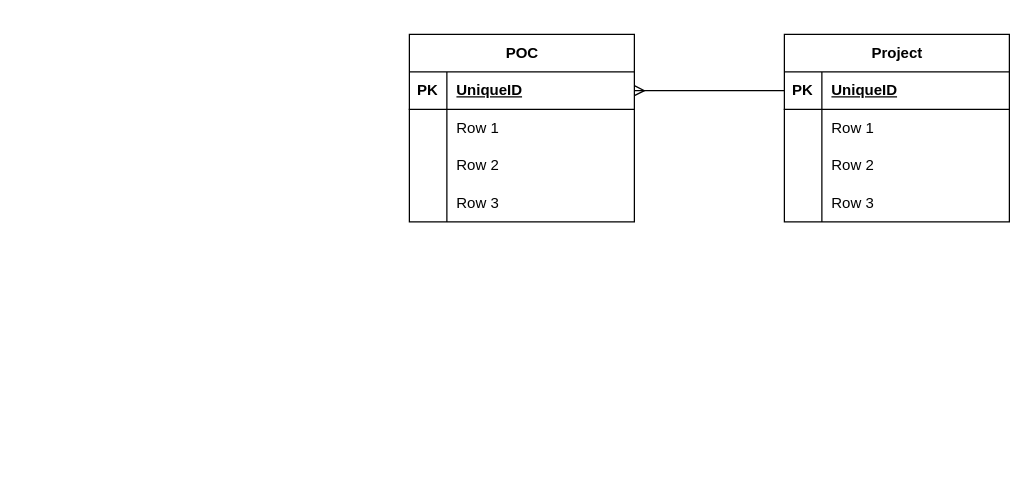
Before: erd-projint-01.drawio in josjreyes/GitInit, a draw.io diagram. Source tidied: cells renumbered, new cells numbered last; positions are measured from the earlier drawing's top-left corner, leaving out a move shared by most shapes. Both pictures are drawn from the tidied source at 125%, with x=0, y=0 at pixel (409, 34).
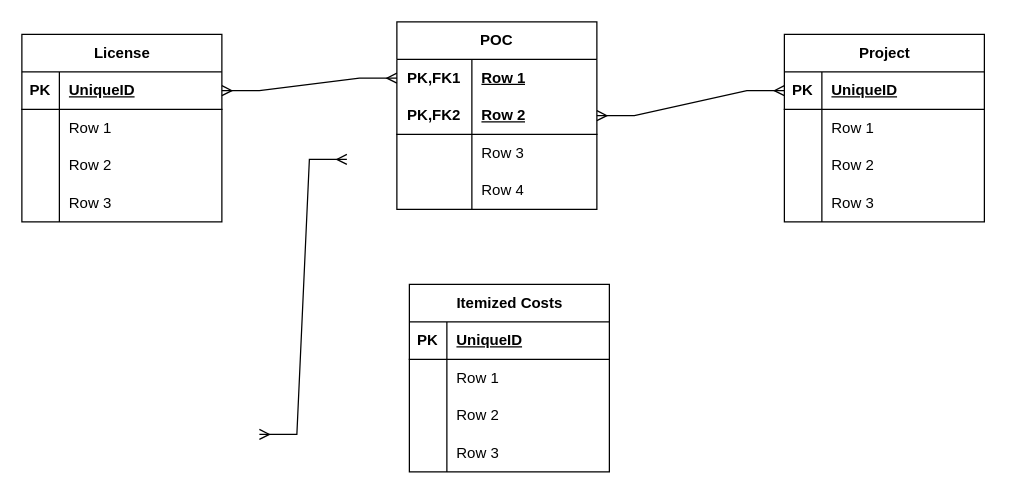
The same page after the edit.

What changed in the source:
```diff
@@
-    <mxCell id="2" value="POC" style="shape=table;startSize=30;childLayout=tableLayout;rowLines=0;fontStyle=1;align=center;html=1;" parent="1" vertex="1">
-      <mxGeometry width="180" height="150" as="geometry" />
-    </mxCell>
-    <mxCell id="3" style="shape=tableRow;horizontal=0;startSize=0;swimlaneHead=0;swimlaneBody=0;fillColor=none;points=[[0,0.5],[1,0.5]];portConstraint=eastwest;top=0;left=0;right=0;bottom=1;" parent="2" vertex="1">
-      <mxGeometry y="30" width="180" height="30" as="geometry" />
-    </mxCell>
-    <mxCell id="4" value="PK" style="shape=partialRectangle;fillColor=none;top=0;left=0;bottom=0;right=0;fontStyle=1;overflow=hidden;whiteSpace=wrap;html=1;" parent="3" vertex="1">
-      <mxGeometry width="30" height="30" as="geometry" />
-    </mxCell>
-    <mxCell id="5" value="UniqueID" style="shape=partialRectangle;fillColor=none;top=0;left=0;bottom=0;right=0;align=left;spacingLeft=6;fontStyle=5;overflow=hidden;whiteSpace=wrap;html=1;" parent="3" vertex="1">
-      <mxGeometry x="30" width="150" height="30" as="geometry" />
-    </mxCell>
-    <mxCell id="6" style="shape=tableRow;horizontal=0;startSize=0;swimlaneHead=0;swimlaneBody=0;fillColor=none;top=0;left=0;right=0;bottom=0;" parent="2" vertex="1">
-      <mxGeometry y="60" width="180" height="30" as="geometry" />
-    </mxCell>
-    <mxCell id="7" style="shape=partialRectangle;fillColor=none;top=0;left=0;bottom=0;right=0;overflow=hidden;whiteSpace=wrap;html=1;" parent="6" vertex="1">
-      <mxGeometry width="30" height="30" as="geometry" />
-    </mxCell>
-    <mxCell id="8" value="Row 1" style="shape=partialRectangle;fillColor=none;top=0;left=0;bottom=0;right=0;align=left;spacingLeft=6;overflow=hidden;whiteSpace=wrap;html=1;" parent="6" vertex="1">
-      <mxGeometry x="30" width="150" height="30" as="geometry" />
-    </mxCell>
-    <mxCell id="9" style="shape=tableRow;horizontal=0;startSize=0;swimlaneHead=0;swimlaneBody=0;fillColor=none;top=0;left=0;right=0;bottom=0;" parent="2" vertex="1">
-      <mxGeometry y="90" width="180" height="30" as="geometry" />
-    </mxCell>
-    <mxCell id="10" style="shape=partialRectangle;fillColor=none;top=0;left=0;bottom=0;right=0;overflow=hidden;whiteSpace=wrap;html=1;" parent="9" vertex="1">
-      <mxGeometry width="30" height="30" as="geometry" />
-    </mxCell>
-    <mxCell id="11" value="Row 2" style="shape=partialRectangle;fillColor=none;top=0;left=0;bottom=0;right=0;align=left;spacingLeft=6;overflow=hidden;whiteSpace=wrap;html=1;" parent="9" vertex="1">
-      <mxGeometry x="30" width="150" height="30" as="geometry" />
-    </mxCell>
-    <mxCell id="12" style="shape=tableRow;horizontal=0;startSize=0;swimlaneHead=0;swimlaneBody=0;fillColor=none;top=0;left=0;right=0;bottom=0;" parent="2" vertex="1">
-      <mxGeometry y="120" width="180" height="30" as="geometry" />
-    </mxCell>
-    <mxCell id="13" style="shape=partialRectangle;fillColor=none;top=0;left=0;bottom=0;right=0;overflow=hidden;whiteSpace=wrap;html=1;" parent="12" vertex="1">
-      <mxGeometry width="30" height="30" as="geometry" />
-    </mxCell>
-    <mxCell id="14" value="Row 3" style="shape=partialRectangle;fillColor=none;top=0;left=0;bottom=0;right=0;align=left;spacingLeft=6;overflow=hidden;whiteSpace=wrap;html=1;" parent="12" vertex="1">
-      <mxGeometry x="30" width="150" height="30" as="geometry" />
-    </mxCell>
     <mxCell id="15" value="Project" style="shape=table;startSize=30;childLayout=tableLayout;rowLines=0;fontStyle=1;align=center;html=1;" parent="1" vertex="1">
-      <mxGeometry x="300" width="180" height="150" as="geometry" />
+      <mxGeometry x="300" width="160" height="150" as="geometry" />
     </mxCell>
     <mxCell id="16" style="shape=tableRow;horizontal=0;startSize=0;swimlaneHead=0;swimlaneBody=0;fillColor=none;points=[[0,0.5],[1,0.5]];portConstraint=eastwest;top=0;left=0;right=0;bottom=1;" parent="15" vertex="1">
-      <mxGeometry y="30" width="180" height="30" as="geometry" />
+      <mxGeometry y="30" width="160" height="30" as="geometry" />
     </mxCell>
@@
     <mxCell id="18" value="UniqueID" style="shape=partialRectangle;fillColor=none;top=0;left=0;bottom=0;right=0;align=left;spacingLeft=6;fontStyle=5;overflow=hidden;whiteSpace=wrap;html=1;" parent="16" vertex="1">
-      <mxGeometry x="30" width="150" height="30" as="geometry" />
+      <mxGeometry x="30" width="130" height="30" as="geometry" />
     </mxCell>
     <mxCell id="19" style="shape=tableRow;horizontal=0;startSize=0;swimlaneHead=0;swimlaneBody=0;fillColor=none;top=0;left=0;right=0;bottom=0;" parent="15" vertex="1">
-      <mxGeometry y="60" width="180" height="30" as="geometry" />
+      <mxGeometry y="60" width="160" height="30" as="geometry" />
     </mxCell>
@@
     <mxCell id="21" value="Row 1" style="shape=partialRectangle;fillColor=none;top=0;left=0;bottom=0;right=0;align=left;spacingLeft=6;overflow=hidden;whiteSpace=wrap;html=1;" parent="19" vertex="1">
-      <mxGeometry x="30" width="150" height="30" as="geometry" />
+      <mxGeometry x="30" width="130" height="30" as="geometry" />
     </mxCell>
     <mxCell id="22" style="shape=tableRow;horizontal=0;startSize=0;swimlaneHead=0;swimlaneBody=0;fillColor=none;top=0;left=0;right=0;bottom=0;" parent="15" vertex="1">
-      <mxGeometry y="90" width="180" height="30" as="geometry" />
+      <mxGeometry y="90" width="160" height="30" as="geometry" />
     </mxCell>
@@
     <mxCell id="24" value="Row 2" style="shape=partialRectangle;fillColor=none;top=0;left=0;bottom=0;right=0;align=left;spacingLeft=6;overflow=hidden;whiteSpace=wrap;html=1;" parent="22" vertex="1">
-      <mxGeometry x="30" width="150" height="30" as="geometry" />
+      <mxGeometry x="30" width="130" height="30" as="geometry" />
     </mxCell>
     <mxCell id="25" style="shape=tableRow;horizontal=0;startSize=0;swimlaneHead=0;swimlaneBody=0;fillColor=none;top=0;left=0;right=0;bottom=0;" parent="15" vertex="1">
-      <mxGeometry y="120" width="180" height="30" as="geometry" />
+      <mxGeometry y="120" width="160" height="30" as="geometry" />
     </mxCell>
@@
     <mxCell id="27" value="Row 3" style="shape=partialRectangle;fillColor=none;top=0;left=0;bottom=0;right=0;align=left;spacingLeft=6;overflow=hidden;whiteSpace=wrap;html=1;" parent="25" vertex="1">
-      <mxGeometry x="30" width="150" height="30" as="geometry" />
+      <mxGeometry x="30" width="130" height="30" as="geometry" />
     </mxCell>
-    <mxCell id="28" style="edgeStyle=entityRelationEdgeStyle;fontSize=12;html=1;endArrow=ERmany;rounded=0;exitX=0;exitY=0.5;exitDx=0;exitDy=0;" parent="1" edge="1" source="16" target="3">
+    <mxCell id="28" style="edgeStyle=entityRelationEdgeStyle;fontSize=12;html=1;endArrow=ERmany;rounded=0;exitX=0;exitY=0.5;exitDx=0;exitDy=0;startArrow=ERmany;startFill=0;entryX=1;entryY=0.5;entryDx=0;entryDy=0;" parent="1" edge="1" source="16" target="60">
       <mxGeometry relative="1" as="geometry" />
     </mxCell>
+    <mxCell id="29" value="License" style="shape=table;startSize=30;childLayout=tableLayout;rowLines=0;fontStyle=1;align=center;html=1;" parent="1" vertex="1">
+      <mxGeometry x="-310" width="160" height="150" as="geometry" />
+    </mxCell>
+    <mxCell id="30" style="shape=tableRow;horizontal=0;startSize=0;swimlaneHead=0;swimlaneBody=0;fillColor=none;points=[[0,0.5],[1,0.5]];portConstraint=eastwest;top=0;left=0;right=0;bottom=1;" parent="29" vertex="1">
+      <mxGeometry y="30" width="160" height="30" as="geometry" />
+    </mxCell>
+    <mxCell id="31" value="PK" style="shape=partialRectangle;fillColor=none;top=0;left=0;bottom=0;right=0;fontStyle=1;overflow=hidden;whiteSpace=wrap;html=1;" parent="30" vertex="1">
+      <mxGeometry width="30" height="30" as="geometry" />
+    </mxCell>
+    <mxCell id="32" value="UniqueID" style="shape=partialRectangle;fillColor=none;top=0;left=0;bottom=0;right=0;align=left;spacingLeft=6;fontStyle=5;overflow=hidden;whiteSpace=wrap;html=1;" parent="30" vertex="1">
+      <mxGeometry x="30" width="130" height="30" as="geometry" />
+    </mxCell>
+    <mxCell id="33" style="shape=tableRow;horizontal=0;startSize=0;swimlaneHead=0;swimlaneBody=0;fillColor=none;top=0;left=0;right=0;bottom=0;" parent="29" vertex="1">
+      <mxGeometry y="60" width="160" height="30" as="geometry" />
+    </mxCell>
+    <mxCell id="34" style="shape=partialRectangle;fillColor=none;top=0;left=0;bottom=0;right=0;overflow=hidden;whiteSpace=wrap;html=1;" parent="33" vertex="1">
+      <mxGeometry width="30" height="30" as="geometry" />
+    </mxCell>
+    <mxCell id="35" value="Row 1" style="shape=partialRectangle;fillColor=none;top=0;left=0;bottom=0;right=0;align=left;spacingLeft=6;overflow=hidden;whiteSpace=wrap;html=1;" parent="33" vertex="1">
+      <mxGeometry x="30" width="130" height="30" as="geometry" />
+    </mxCell>
+    <mxCell id="36" style="shape=tableRow;horizontal=0;startSize=0;swimlaneHead=0;swimlaneBody=0;fillColor=none;top=0;left=0;right=0;bottom=0;" parent="29" vertex="1">
+      <mxGeometry y="90" width="160" height="30" as="geometry" />
+    </mxCell>
+    <mxCell id="37" style="shape=partialRectangle;fillColor=none;top=0;left=0;bottom=0;right=0;overflow=hidden;whiteSpace=wrap;html=1;" parent="36" vertex="1">
+      <mxGeometry width="30" height="30" as="geometry" />
+    </mxCell>
+    <mxCell id="38" value="Row 2" style="shape=partialRectangle;fillColor=none;top=0;left=0;bottom=0;right=0;align=left;spacingLeft=6;overflow=hidden;whiteSpace=wrap;html=1;" parent="36" vertex="1">
+      <mxGeometry x="30" width="130" height="30" as="geometry" />
+    </mxCell>
+    <mxCell id="39" style="shape=tableRow;horizontal=0;startSize=0;swimlaneHead=0;swimlaneBody=0;fillColor=none;top=0;left=0;right=0;bottom=0;" parent="29" vertex="1">
+      <mxGeometry y="120" width="160" height="30" as="geometry" />
+    </mxCell>
+    <mxCell id="40" style="shape=partialRectangle;fillColor=none;top=0;left=0;bottom=0;right=0;overflow=hidden;whiteSpace=wrap;html=1;" parent="39" vertex="1">
+      <mxGeometry width="30" height="30" as="geometry" />
+    </mxCell>
+    <mxCell id="41" value="Row 3" style="shape=partialRectangle;fillColor=none;top=0;left=0;bottom=0;right=0;align=left;spacingLeft=6;overflow=hidden;whiteSpace=wrap;html=1;" parent="39" vertex="1">
+      <mxGeometry x="30" width="130" height="30" as="geometry" />
+    </mxCell>
+    <mxCell id="42" style="edgeStyle=entityRelationEdgeStyle;fontSize=12;html=1;endArrow=ERmany;startArrow=ERmany;rounded=0;exitX=1;exitY=0.5;exitDx=0;exitDy=0;entryX=0;entryY=0.5;entryDx=0;entryDy=0;" parent="1" edge="1" source="30" target="57">
+      <mxGeometry relative="1" as="geometry">
+        <Array as="points">
+          <mxPoint x="-0.1" y="460" />
+          <mxPoint x="-10.1" y="460" />
+        </Array>
+      </mxGeometry>
+    </mxCell>
+    <mxCell id="43" value="Itemized Costs" style="shape=table;startSize=30;childLayout=tableLayout;rowLines=0;fontStyle=1;align=center;html=1;" parent="1" vertex="1">
+      <mxGeometry y="200" width="160" height="150" as="geometry" />
+    </mxCell>
+    <mxCell id="44" style="shape=tableRow;horizontal=0;startSize=0;swimlaneHead=0;swimlaneBody=0;fillColor=none;top=0;left=0;right=0;bottom=1;" parent="43" vertex="1">
+      <mxGeometry y="30" width="160" height="30" as="geometry" />
+    </mxCell>
+    <mxCell id="45" value="PK" style="shape=partialRectangle;fillColor=none;top=0;left=0;bottom=0;right=0;fontStyle=1;overflow=hidden;whiteSpace=wrap;html=1;" parent="44" vertex="1">
+      <mxGeometry width="30" height="30" as="geometry" />
+    </mxCell>
+    <mxCell id="46" value="UniqueID" style="shape=partialRectangle;fillColor=none;top=0;left=0;bottom=0;right=0;align=left;spacingLeft=6;fontStyle=5;overflow=hidden;whiteSpace=wrap;html=1;" parent="44" vertex="1">
+      <mxGeometry x="30" width="130" height="30" as="geometry" />
+    </mxCell>
+    <mxCell id="47" style="shape=tableRow;horizontal=0;startSize=0;swimlaneHead=0;swimlaneBody=0;fillColor=none;top=0;left=0;right=0;bottom=0;" parent="43" vertex="1">
+      <mxGeometry y="60" width="160" height="30" as="geometry" />
+    </mxCell>
+    <mxCell id="48" style="shape=partialRectangle;fillColor=none;top=0;left=0;bottom=0;right=0;overflow=hidden;whiteSpace=wrap;html=1;" parent="47" vertex="1">
+      <mxGeometry width="30" height="30" as="geometry" />
+    </mxCell>
+    <mxCell id="49" value="Row 1" style="shape=partialRectangle;fillColor=none;top=0;left=0;bottom=0;right=0;align=left;spacingLeft=6;overflow=hidden;whiteSpace=wrap;html=1;" parent="47" vertex="1">
+      <mxGeometry x="30" width="130" height="30" as="geometry" />
+    </mxCell>
+    <mxCell id="50" style="shape=tableRow;horizontal=0;startSize=0;swimlaneHead=0;swimlaneBody=0;fillColor=none;top=0;left=0;right=0;bottom=0;" parent="43" vertex="1">
+      <mxGeometry y="90" width="160" height="30" as="geometry" />
+    </mxCell>
+    <mxCell id="51" style="shape=partialRectangle;fillColor=none;top=0;left=0;bottom=0;right=0;overflow=hidden;whiteSpace=wrap;html=1;" parent="50" vertex="1">
+      <mxGeometry width="30" height="30" as="geometry" />
+    </mxCell>
+    <mxCell id="52" value="Row 2" style="shape=partialRectangle;fillColor=none;top=0;left=0;bottom=0;right=0;align=left;spacingLeft=6;overflow=hidden;whiteSpace=wrap;html=1;" parent="50" vertex="1">
+      <mxGeometry x="30" width="130" height="30" as="geometry" />
+    </mxCell>
+    <mxCell id="53" style="shape=tableRow;horizontal=0;startSize=0;swimlaneHead=0;swimlaneBody=0;fillColor=none;top=0;left=0;right=0;bottom=0;" parent="43" vertex="1">
+      <mxGeometry y="120" width="160" height="30" as="geometry" />
+    </mxCell>
+    <mxCell id="54" style="shape=partialRectangle;fillColor=none;top=0;left=0;bottom=0;right=0;overflow=hidden;whiteSpace=wrap;html=1;" parent="53" vertex="1">
+      <mxGeometry width="30" height="30" as="geometry" />
+    </mxCell>
+    <mxCell id="55" value="Row 3" style="shape=partialRectangle;fillColor=none;top=0;left=0;bottom=0;right=0;align=left;spacingLeft=6;overflow=hidden;whiteSpace=wrap;html=1;" parent="53" vertex="1">
+      <mxGeometry x="30" width="130" height="30" as="geometry" />
+    </mxCell>
+    <mxCell id="56" style="edgeStyle=entityRelationEdgeStyle;fontSize=12;html=1;endArrow=ERmany;startArrow=ERmany;rounded=0;" parent="1" edge="1">
+      <mxGeometry relative="1" as="geometry">
+        <mxPoint x="-120" y="320" as="sourcePoint" />
+        <mxPoint x="-50" y="100" as="targetPoint" />
+      </mxGeometry>
+    </mxCell>
+    <mxCell id="2" value="POC" style="shape=table;startSize=30;childLayout=tableLayout;rowLines=0;fontStyle=1;align=center;html=1;whiteSpace=wrap;" parent="1" vertex="1">
+      <mxGeometry x="-10" y="-10" width="160" height="150" as="geometry" />
+    </mxCell>
+    <mxCell id="57" style="shape=tableRow;horizontal=0;startSize=0;swimlaneHead=0;swimlaneBody=0;fillColor=none;points=[[0,0.5],[1,0.5]];portConstraint=eastwest;top=0;left=0;right=0;bottom=0;html=1;" parent="2" vertex="1">
+      <mxGeometry y="30" width="160" height="30" as="geometry" />
+    </mxCell>
+    <mxCell id="58" value="PK,FK1" style="shape=partialRectangle;fillColor=none;top=0;left=0;bottom=0;right=0;fontStyle=1;overflow=hidden;html=1;whiteSpace=wrap;" parent="57" vertex="1">
+      <mxGeometry width="60" height="30" as="geometry" />
+    </mxCell>
+    <mxCell id="59" value="Row 1" style="shape=partialRectangle;fillColor=none;top=0;left=0;bottom=0;right=0;align=left;spacingLeft=6;fontStyle=5;overflow=hidden;html=1;whiteSpace=wrap;" parent="57" vertex="1">
+      <mxGeometry x="60" width="100" height="30" as="geometry" />
+    </mxCell>
+    <mxCell id="60" style="shape=tableRow;horizontal=0;startSize=0;swimlaneHead=0;swimlaneBody=0;fillColor=none;points=[[0,0.5],[1,0.5]];portConstraint=eastwest;top=0;left=0;right=0;bottom=1;html=1;" parent="2" vertex="1">
+      <mxGeometry y="60" width="160" height="30" as="geometry" />
+    </mxCell>
+    <mxCell id="61" value="PK,FK2" style="shape=partialRectangle;fillColor=none;top=0;left=0;bottom=0;right=0;fontStyle=1;overflow=hidden;html=1;whiteSpace=wrap;" parent="60" vertex="1">
+      <mxGeometry width="60" height="30" as="geometry" />
+    </mxCell>
+    <mxCell id="62" value="Row 2" style="shape=partialRectangle;fillColor=none;top=0;left=0;bottom=0;right=0;align=left;spacingLeft=6;fontStyle=5;overflow=hidden;html=1;whiteSpace=wrap;" parent="60" vertex="1">
+      <mxGeometry x="60" width="100" height="30" as="geometry" />
+    </mxCell>
+    <mxCell id="63" style="shape=tableRow;horizontal=0;startSize=0;swimlaneHead=0;swimlaneBody=0;fillColor=none;top=0;left=0;right=0;bottom=0;html=1;" parent="2" vertex="1">
+      <mxGeometry y="90" width="160" height="30" as="geometry" />
+    </mxCell>
+    <mxCell id="64" style="shape=partialRectangle;fillColor=none;top=0;left=0;bottom=0;right=0;overflow=hidden;html=1;whiteSpace=wrap;" parent="63" vertex="1">
+      <mxGeometry width="60" height="30" as="geometry" />
+    </mxCell>
+    <mxCell id="65" value="Row 3" style="shape=partialRectangle;fillColor=none;top=0;left=0;bottom=0;right=0;align=left;spacingLeft=6;overflow=hidden;html=1;whiteSpace=wrap;" parent="63" vertex="1">
+      <mxGeometry x="60" width="100" height="30" as="geometry" />
+    </mxCell>
+    <mxCell id="66" style="shape=tableRow;horizontal=0;startSize=0;swimlaneHead=0;swimlaneBody=0;fillColor=none;top=0;left=0;right=0;bottom=0;html=1;" parent="2" vertex="1">
+      <mxGeometry y="120" width="160" height="30" as="geometry" />
+    </mxCell>
+    <mxCell id="67" style="shape=partialRectangle;fillColor=none;top=0;left=0;bottom=0;right=0;overflow=hidden;html=1;whiteSpace=wrap;" parent="66" vertex="1">
+      <mxGeometry width="60" height="30" as="geometry" />
+    </mxCell>
+    <mxCell id="68" value="Row 4" style="shape=partialRectangle;fillColor=none;top=0;left=0;bottom=0;right=0;align=left;spacingLeft=6;overflow=hidden;html=1;whiteSpace=wrap;" parent="66" vertex="1">
+      <mxGeometry x="60" width="100" height="30" as="geometry" />
+    </mxCell>
```
